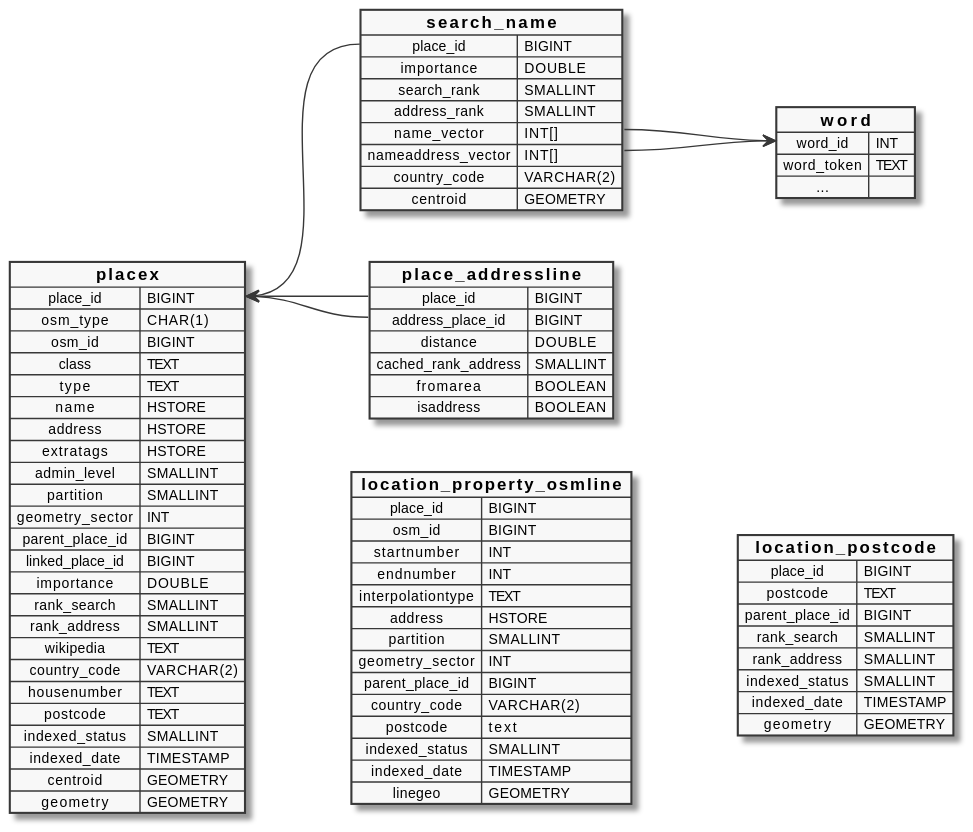
Before: docs/develop/search-tables.svg, a diagram exported from PlantUML (osm-search/Nominatim). The source it was exported from:
```plantuml
@startuml
skinparam monochrome true
skinparam ObjectFontStyle bold

left to right direction

map placex {
  place_id => BIGINT
  osm_type => CHAR(1)
  osm_id => BIGINT
  class => TEXT
  type => TEXT
  name => HSTORE
  address => HSTORE
  extratags => HSTORE
  admin_level => SMALLINT
  partition => SMALLINT
  geometry_sector => INT
  parent_place_id => BIGINT
  linked_place_id => BIGINT
  importance => DOUBLE
  rank_search => SMALLINT
  rank_address => SMALLINT
  wikipedia => TEXT
  country_code => VARCHAR(2)
  housenumber => TEXT
  postcode => TEXT
  indexed_status => SMALLINT
  indexed_date => TIMESTAMP
  centroid => GEOMETRY
  geometry => GEOMETRY
}

map search_name {
  place_id => BIGINT
  importance => DOUBLE
  search_rank => SMALLINT
  address_rank => SMALLINT
  name_vector => INT[]
  nameaddress_vector => INT[]
  country_code => VARCHAR(2)
  centroid => GEOMETRY
}

map word {
  word_id => INT
  word_token => TEXT
  ... =>
}

map location_property_osmline {
  place_id => BIGINT
  osm_id => BIGINT
  startnumber => INT
  endnumber => INT
  interpolationtype => TEXT
  address => HSTORE
  partition => SMALLINT
  geometry_sector => INT
  parent_place_id => BIGINT
  country_code => VARCHAR(2)
  postcode => text
  indexed_status => SMALLINT
  indexed_date => TIMESTAMP
  linegeo => GEOMETRY
}

map place_addressline {
  place_id => BIGINT
  address_place_id => BIGINT
  distance => DOUBLE
  cached_rank_address => SMALLINT
  fromarea => BOOLEAN
  isaddress => BOOLEAN
}

map location_postcode {
  place_id => BIGINT
  postcode => TEXT
  parent_place_id => BIGINT
  rank_search => SMALLINT
  rank_address => SMALLINT
  indexed_status => SMALLINT
  indexed_date => TIMESTAMP
  geometry => GEOMETRY
}

placex::place_id <-- search_name::place_id
placex::place_id <-- place_addressline::place_id
placex::place_id <-- place_addressline::address_place_id

search_name::name_vector --> word::word_id
search_name::nameaddress_vector --> word::word_id

place_addressline -[hidden]> location_property_osmline
search_name -[hidden]> place_addressline
location_property_osmline -[hidden]-> location_postcode

@enduml
```
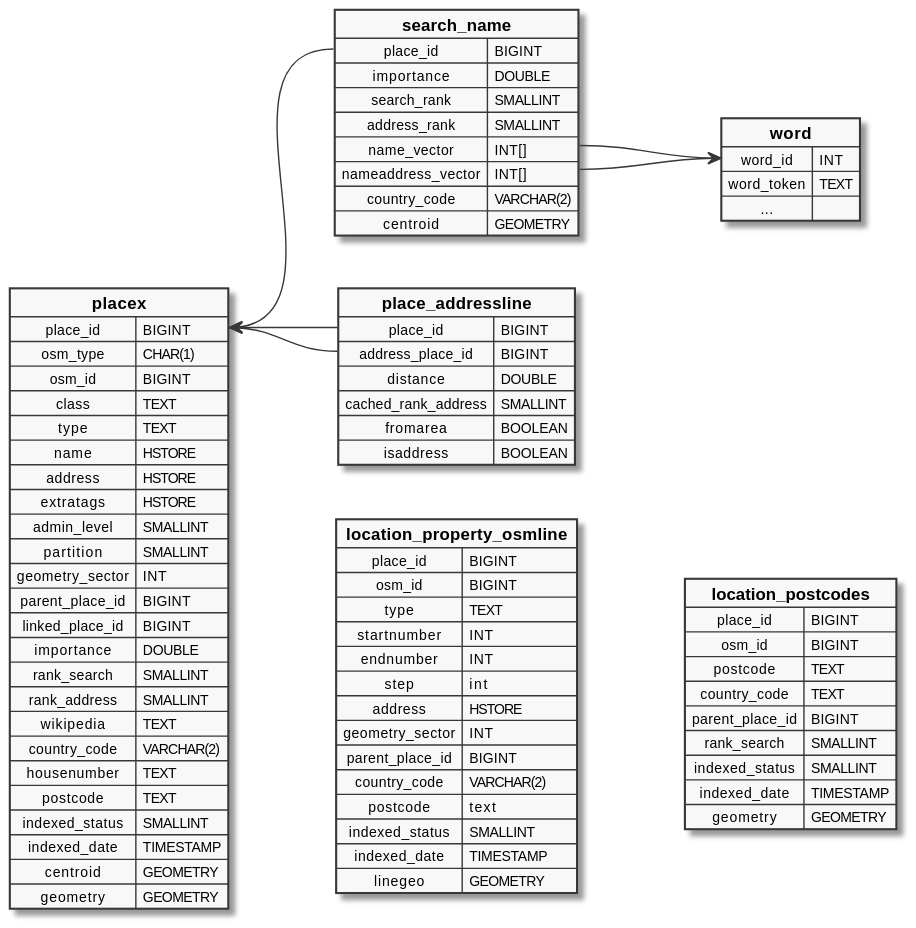
Later version of the same file.

The edit, as a diff of the source:
```diff
@@ -29,6 +29,7 @@
   indexed_date => TIMESTAMP
   centroid => GEOMETRY
   geometry => GEOMETRY
+  token_info JSONB
 }
 
 map search_name {
@@ -51,11 +52,11 @@
 map location_property_osmline {
   place_id => BIGINT
   osm_id => BIGINT
+  type => TEXT
   startnumber => INT
   endnumber => INT
-  interpolationtype => TEXT
+  step => int
   address => HSTORE
-  partition => SMALLINT
   geometry_sector => INT
   parent_place_id => BIGINT
   country_code => VARCHAR(2)
@@ -63,6 +64,7 @@
   indexed_status => SMALLINT
   indexed_date => TIMESTAMP
   linegeo => GEOMETRY
+  token_info JSONB
 }
 
 map place_addressline {
@@ -74,15 +76,17 @@
   isaddress => BOOLEAN
 }
 
-map location_postcode {
+map location_postcodes {
   place_id => BIGINT
+  osm_id => BIGINT
   postcode => TEXT
+  country_code => TEXT
   parent_place_id => BIGINT
   rank_search => SMALLINT
-  rank_address => SMALLINT
   indexed_status => SMALLINT
   indexed_date => TIMESTAMP
   geometry => GEOMETRY
+  centroid -> GEOMETRY
 }
 
 placex::place_id <-- search_name::place_id
@@ -94,6 +98,6 @@
 
 place_addressline -[hidden]> location_property_osmline
 search_name -[hidden]> place_addressline
-location_property_osmline -[hidden]-> location_postcode
+location_property_osmline -[hidden]-> location_postcodes
 
 @enduml
```
